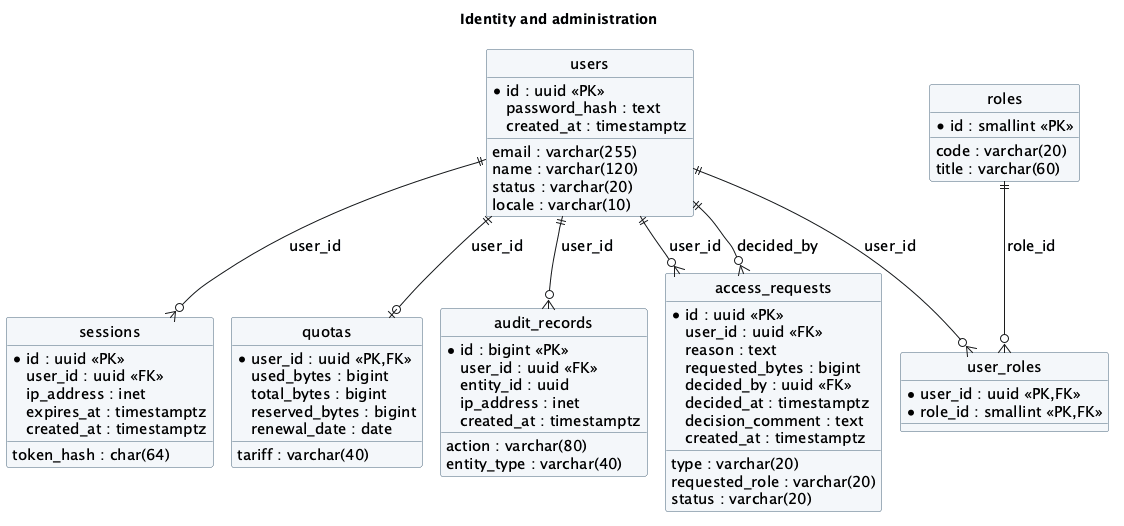
Earlier version of the PlantUML export docs/labs/lab4/diagrams/physical-identity.png (fpmi-hci-2026/GremlinDrive). The source it was exported from:
```plantuml
@startuml
!pragma layout smetana
skinparam backgroundColor white
skinparam defaultFontName "DejaVu Sans"
skinparam defaultFontSize 15
skinparam shadowing false
skinparam roundcorner 5
skinparam linetype ortho
skinparam classBackgroundColor #F4F7FA
skinparam classBorderColor #49647A
hide circle
title Identity and administration
entity "users" as users {
  * id : uuid <<PK>>
  email : varchar(255)
  password_hash : text
  name : varchar(120)
  status : varchar(20)
  locale : varchar(10)
  created_at : timestamptz
}
entity "roles" as roles {
  * id : smallint <<PK>>
  code : varchar(20)
  title : varchar(60)
}
entity "user_roles" as user_roles {
  * user_id : uuid <<PK,FK>>
  * role_id : smallint <<PK,FK>>
}
entity "sessions" as sessions {
  * id : uuid <<PK>>
  user_id : uuid <<FK>>
  token_hash : char(64)
  ip_address : inet
  expires_at : timestamptz
  created_at : timestamptz
}
entity "quotas" as quotas {
  * user_id : uuid <<PK,FK>>
  used_bytes : bigint
  total_bytes : bigint
  reserved_bytes : bigint
  tariff : varchar(40)
  renewal_date : date
}
entity "audit_records" as audit_records {
  * id : bigint <<PK>>
  user_id : uuid <<FK>>
  action : varchar(80)
  entity_type : varchar(40)
  entity_id : uuid
  ip_address : inet
  created_at : timestamptz
}
entity "access_requests" as access_requests {
  * id : uuid <<PK>>
  user_id : uuid <<FK>>
  type : varchar(20)
  reason : text
  requested_bytes : bigint
  requested_role : varchar(20)
  status : varchar(20)
  decided_by : uuid <<FK>>
  decided_at : timestamptz
  decision_comment : text
  created_at : timestamptz
}
users ||--o{ audit_records : user_id
roles ||--o{ user_roles : role_id
users ||--o{ sessions : user_id
users ||--o{ access_requests : user_id
users ||--o| quotas : user_id
users ||--o{ access_requests : decided_by
users ||--o{ user_roles : user_id
@enduml
```
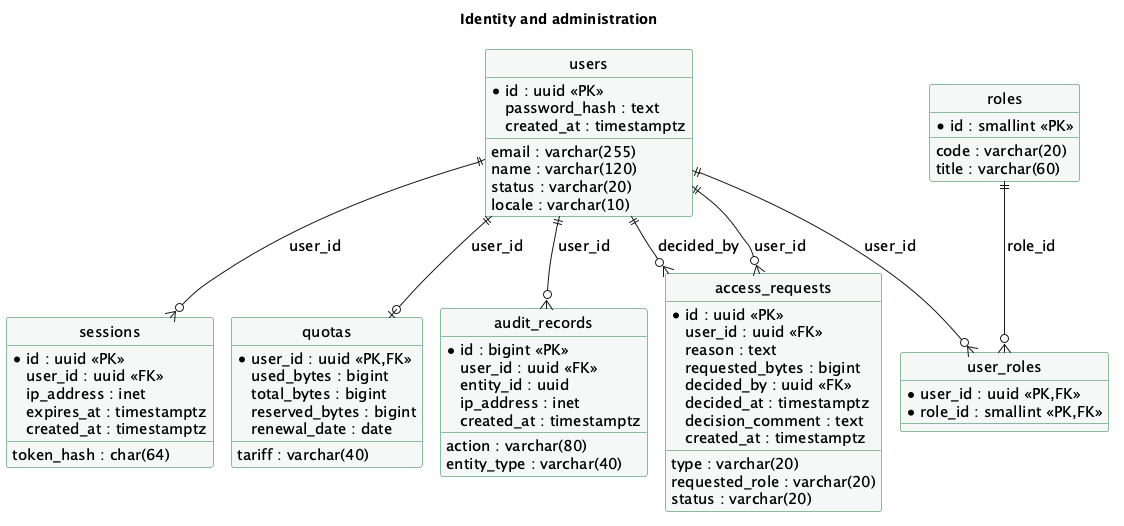
The same file after the commit.

Diff of the diagram source:
```diff
@@ -6,8 +6,8 @@
 skinparam shadowing false
 skinparam roundcorner 5
 skinparam linetype ortho
-skinparam classBackgroundColor #F4F7FA
-skinparam classBorderColor #49647A
+skinparam classBackgroundColor #F6F8F7
+skinparam classBorderColor #1F7A4B
 hide circle
 title Identity and administration
 entity "users" as users {
@@ -67,10 +67,10 @@
   created_at : timestamptz
 }
 users ||--o{ audit_records : user_id
+users ||--o{ sessions : user_id
+users ||--o{ access_requests : decided_by
+users ||--o| quotas : user_id
+users ||--o{ access_requests : user_id
+users ||--o{ user_roles : user_id
 roles ||--o{ user_roles : role_id
-users ||--o{ sessions : user_id
-users ||--o{ access_requests : user_id
-users ||--o| quotas : user_id
-users ||--o{ access_requests : decided_by
-users ||--o{ user_roles : user_id
 @enduml
```
